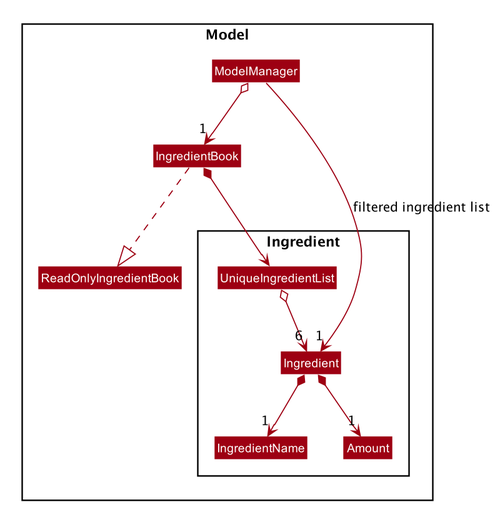
This is docs/images/IngredientModelClassDiagram.png from nus-cs2103-AY2021S1/tp, a PlantUML export, as it was before one commit. Its source is kept beside it as docs/diagrams/IngredientModelClassDiagram.puml.
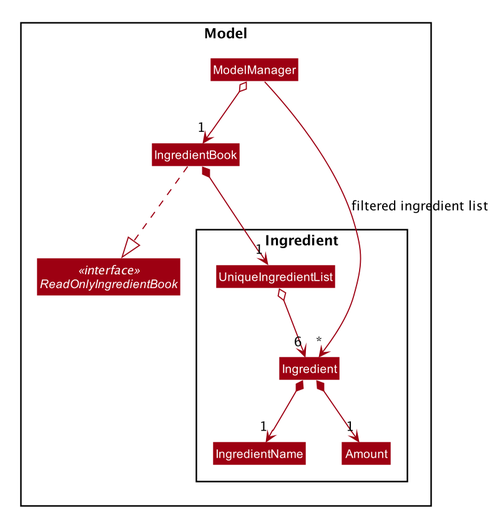
After the commit.

Commit message:
Update diagram and rephrase

Diff of the diagram source:
```diff
@@ -8,7 +8,7 @@
 
 Class ModelManager
 Class IngredientBook
-Class ReadOnlyIngredientBook
+Interface ReadOnlyIngredientBook <<interface>>
 
 Package Ingredient {
 Class Ingredient
@@ -23,8 +23,8 @@
 Ingredient *--> "1" Amount
 ModelManager o--> "1" IngredientBook
 IngredientBook ..|> ReadOnlyIngredientBook
-IngredientBook *--> UniqueIngredientList
+IngredientBook *--> "1" UniqueIngredientList
 
 
-ModelManager -->"1" Ingredient : filtered ingredient list
+ModelManager -->"*" Ingredient : filtered ingredient list
 @enduml
```
